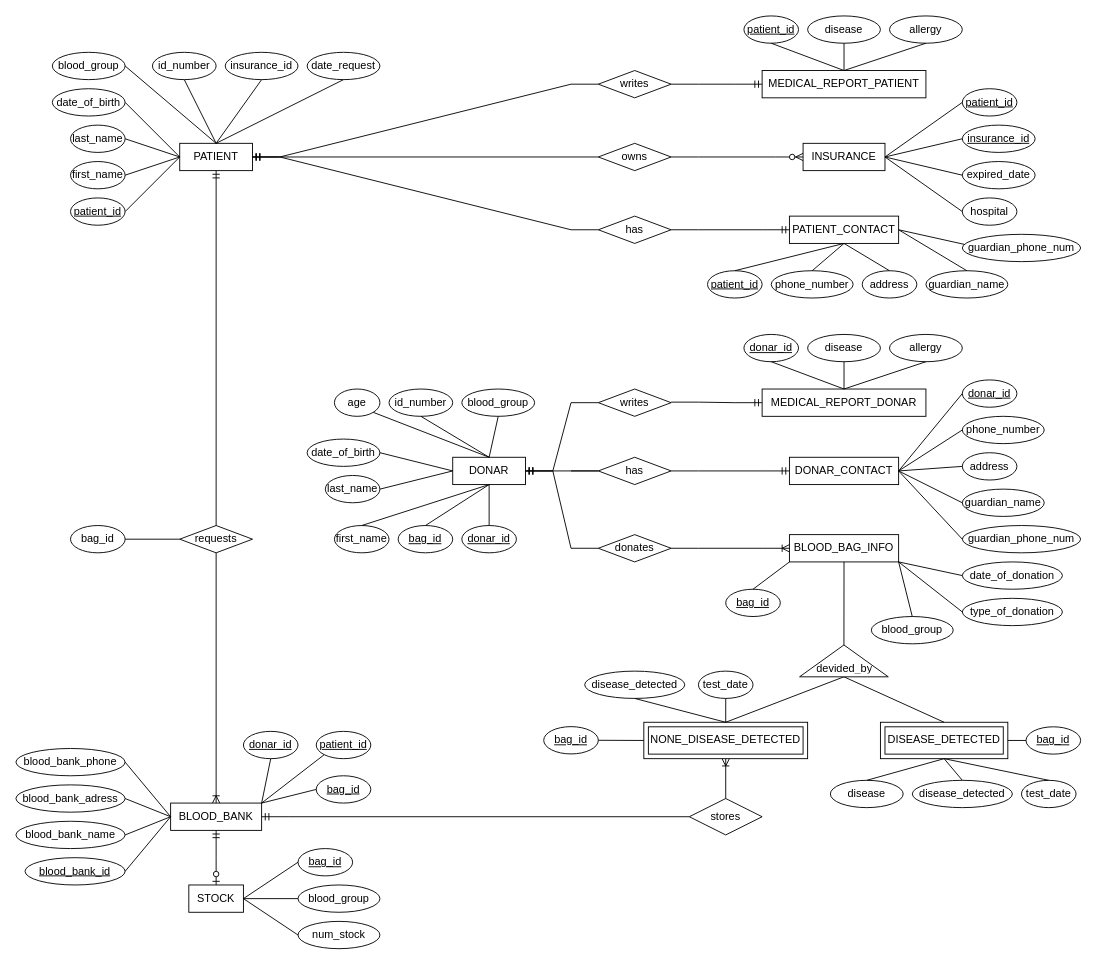
Above: Untitled Diagram.drawio in Avrey156/Practical_Database_Concepts (draw.io), before the change. Source tidied: cells renumbered, new cells numbered last; positions are measured from the earlier drawing's top-left corner, leaving out a move shared by most shapes. Both pictures are drawn from the tidied source at 91%, with x=0, y=0 at pixel (15, 15).
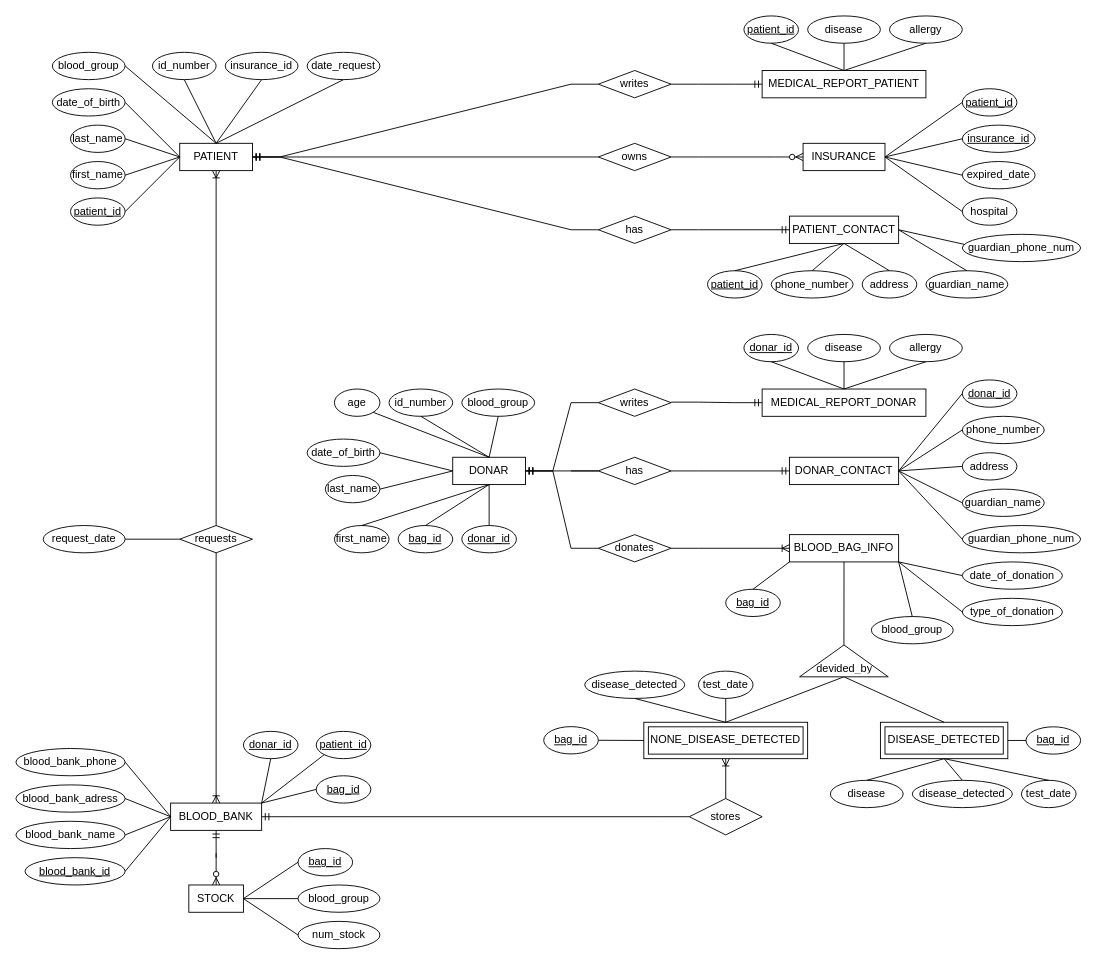
The same diagram, later.

The change refers to these unchanged cells:
```xml
<mxCell id="2" value="PATIENT" style="rounded=0;whiteSpace=wrap;html=1;" parent="1" vertex="1">
  <mxGeometry x="180" y="140" width="80" height="30" as="geometry" />
</mxCell>
<mxCell id="18" value="STOCK" style="rounded=0;whiteSpace=wrap;html=1;" parent="1" vertex="1">
  <mxGeometry x="190" y="955" width="60" height="30" as="geometry" />
</mxCell>
<mxCell id="119" value="requests" style="shape=rhombus;perimeter=rhombusPerimeter;whiteSpace=wrap;html=1;align=center;" parent="1" vertex="1">
  <mxGeometry x="180" y="560" width="80" height="30" as="geometry" />
</mxCell>
```

What changed in the source:
```diff
@@
-    <mxCell id="120" value="bag_id" style="ellipse;whiteSpace=wrap;html=1;align=center;" parent="1" vertex="1">
-      <mxGeometry x="60" y="560" width="60" height="30" as="geometry" />
+    <mxCell id="120" value="request_date" style="ellipse;whiteSpace=wrap;html=1;align=center;" parent="1" vertex="1">
+      <mxGeometry x="30" y="560" width="90" height="30" as="geometry" />
     </mxCell>
@@
-    <mxCell id="122" style="fontSize=12;html=1;endArrow=ERmandOne;rounded=0;entryX=0.5;entryY=1;entryDx=0;entryDy=0;exitX=0.5;exitY=0;exitDx=0;exitDy=0;" parent="1" edge="1" source="119" target="2">
-      <mxGeometry relative="1" as="geometry" />
-    </mxCell>
@@
-    <mxCell id="132" style="fontSize=12;html=1;endArrow=ERzeroToOne;endFill=1;rounded=0;entryX=0.5;entryY=0;entryDx=0;entryDy=0;" parent="1" edge="1" target="18">
-      <mxGeometry relative="1" as="geometry">
-        <mxPoint x="220" y="925" as="sourcePoint" />
-      </mxGeometry>
-    </mxCell>
@@
+    <mxCell id="122" style="fontSize=12;html=1;endArrow=ERoneToMany;rounded=0;entryX=0.5;entryY=1;entryDx=0;entryDy=0;exitX=0.5;exitY=0;exitDx=0;exitDy=0;" parent="1" edge="1" source="119" target="2">
+      <mxGeometry relative="1" as="geometry" />
+    </mxCell>
+    <mxCell id="162" style="fontSize=12;html=1;endArrow=ERzeroToMany;endFill=1;rounded=0;entryX=0.5;entryY=0;entryDx=0;entryDy=0;" parent="1" edge="1" target="18">
+      <mxGeometry relative="1" as="geometry">
+        <mxPoint x="220" y="920" as="sourcePoint" />
+      </mxGeometry>
+    </mxCell>
```
